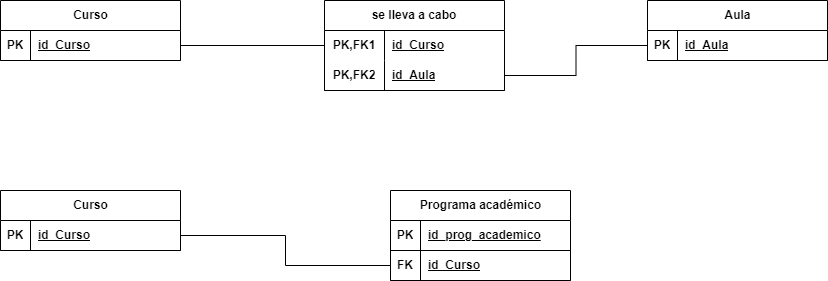
Above: modelo-relacional/modelo-relacional.drawio.png in RafaelMayor/proyectoBBDD (draw.io), before the change. Source tidied: cells renumbered, new cells last; positions are measured from the earlier drawing's top-left corner, leaving out a move shared by most shapes.
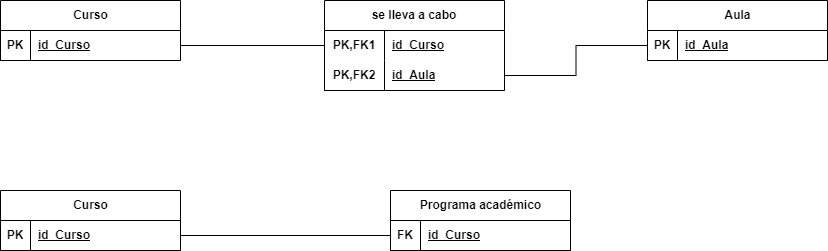
The same file after the commit.

The edit, as a diff of the source:
```diff
@@ -66,19 +66,10 @@
       <mxGeometry x="30" width="150" height="30" as="geometry" />
     </mxCell>
     <mxCell id="23" value="Programa académico" style="shape=table;startSize=30;rowLines=0;fontStyle=1;align=center;html=1;" parent="1" vertex="1">
-      <mxGeometry x="390" y="190" width="180" height="90" as="geometry" />
+      <mxGeometry x="390" y="190" width="180" height="60" as="geometry" />
     </mxCell>
-    <mxCell id="24" style="shape=tableRow;horizontal=0;startSize=0;swimlaneHead=0;swimlaneBody=0;fillColor=none;top=0;left=0;right=0;bottom=1;" parent="23" vertex="1">
-      <mxGeometry y="30" width="180" height="30" as="geometry" />
-    </mxCell>
-    <mxCell id="25" value="PK" style="shape=partialRectangle;fillColor=none;top=0;left=0;bottom=0;right=0;fontStyle=1;overflow=hidden;whiteSpace=wrap;html=1;" parent="24" vertex="1">
-      <mxGeometry width="30" height="30" as="geometry" />
-    </mxCell>
-    <mxCell id="26" value="id_prog_academico" style="shape=partialRectangle;fillColor=none;top=0;left=0;bottom=0;right=0;align=left;spacingLeft=6;fontStyle=5;overflow=hidden;whiteSpace=wrap;html=1;" parent="24" vertex="1">
-      <mxGeometry x="30" width="150" height="30" as="geometry" />
-    </mxCell>
     <mxCell id="27" style="shape=tableRow;horizontal=0;startSize=0;swimlaneHead=0;swimlaneBody=0;fillColor=none;points=[[0,0.5],[1,0.5]];portConstraint=eastwest;top=0;left=0;right=0;bottom=1;" parent="23" vertex="1">
-      <mxGeometry y="60" width="180" height="30" as="geometry" />
+      <mxGeometry y="30" width="180" height="30" as="geometry" />
     </mxCell>
     <mxCell id="28" value="FK" style="shape=partialRectangle;fillColor=none;top=0;left=0;bottom=0;right=0;fontStyle=1;overflow=hidden;whiteSpace=wrap;html=1;" parent="27" vertex="1">
       <mxGeometry width="30" height="30" as="geometry" />
```
